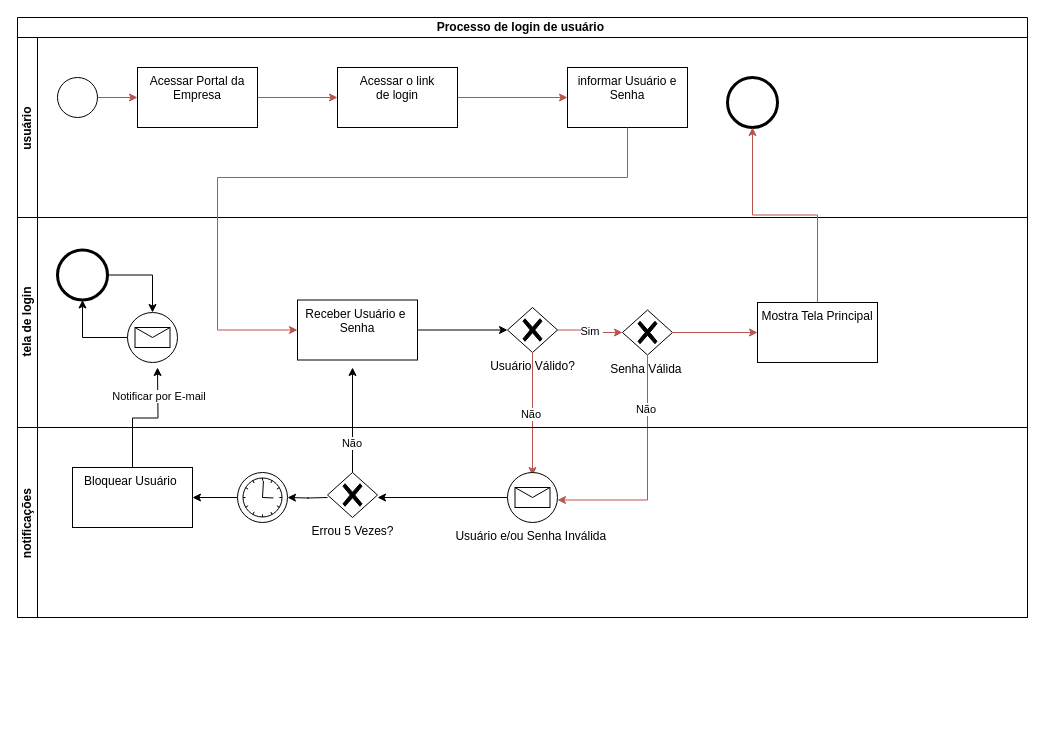
The draw.io diagram Diagrama sem nome.drawio in joaomaiavn/Jogo-Secreto, before the edit. Source tidied: cells renumbered, new cells numbered last; positions are measured from the earlier drawing's top-left corner, leaving out a move shared by most shapes. Both pictures are drawn from the tidied source at 100%, with x=0, y=0 at pixel (17, 17).
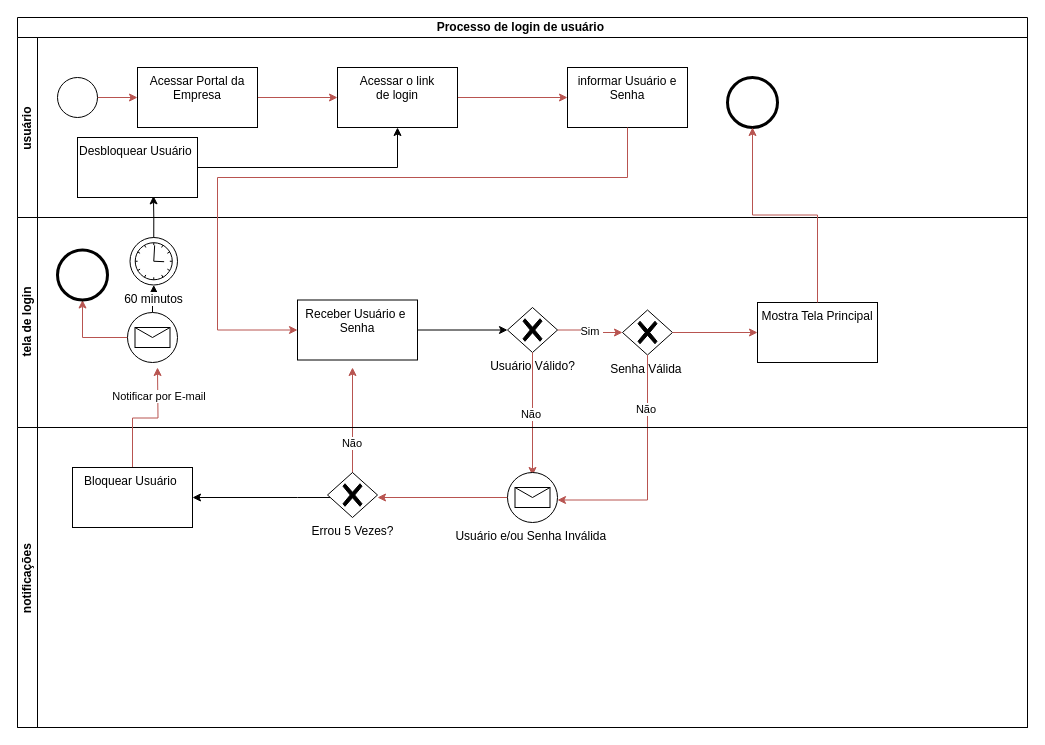
Above is the later version.

The change refers to these unchanged cells:
```xml
<mxCell id="3" value="usuário&amp;nbsp;" style="swimlane;html=1;startSize=20;horizontal=0;" parent="2" vertex="1">
  <mxGeometry y="20" width="1010" height="180" as="geometry" />
</mxCell>
<mxCell id="9" value="Acessar o link&lt;div&gt;de login&lt;/div&gt;&lt;div&gt;&lt;br&gt;&lt;/div&gt;" style="whiteSpace=wrap;html=1;verticalAlign=top;labelBackgroundColor=#ffffff;" parent="3" vertex="1">
  <mxGeometry x="320" y="30" width="120" height="60" as="geometry" />
</mxCell>
<mxCell id="10" value="informar Usuário e Senha" style="whiteSpace=wrap;html=1;verticalAlign=top;labelBackgroundColor=#ffffff;" parent="3" vertex="1">
  <mxGeometry x="550" y="30" width="120" height="60" as="geometry" />
</mxCell>
<mxCell id="11" style="points=[[0.145,0.145,0],[0.5,0,0],[0.855,0.145,0],[1,0.5,0],[0.855,0.855,0],[0.5,1,0],[0.145,0.855,0],[0,0.5,0]];shape=mxgraph.bpmn.event;html=1;verticalLabelPosition=bottom;labelBackgroundColor=#ffffff;verticalAlign=top;align=center;perimeter=ellipsePerimeter;outlineConnect=0;outline=end;symbol=terminate2;" parent="3" vertex="1">
  <mxGeometry x="710" y="40" width="50" height="50" as="geometry" />
</mxCell>
<mxCell id="12" value="tela de login" style="swimlane;html=1;startSize=20;horizontal=0;" parent="2" vertex="1">
  <mxGeometry y="200" width="1010" height="210" as="geometry" />
</mxCell>
<mxCell id="13" value="Receber Usuário e&amp;nbsp;&lt;div&gt;Senha&lt;/div&gt;" style="whiteSpace=wrap;html=1;verticalAlign=top;labelBackgroundColor=#ffffff;" parent="12" vertex="1">
  <mxGeometry x="280" y="82.5" width="120" height="60" as="geometry" />
</mxCell>
<mxCell id="14" value="Mostra Tela Principal" style="whiteSpace=wrap;html=1;verticalAlign=top;labelBackgroundColor=#ffffff;" parent="12" vertex="1">
  <mxGeometry x="740" y="85" width="120" height="60" as="geometry" />
</mxCell>
<mxCell id="30" style="points=[[0.145,0.145,0],[0.5,0,0],[0.855,0.145,0],[1,0.5,0],[0.855,0.855,0],[0.5,1,0],[0.145,0.855,0],[0,0.5,0]];shape=mxgraph.bpmn.event;html=1;verticalLabelPosition=bottom;labelBackgroundColor=#ffffff;verticalAlign=top;align=center;perimeter=ellipsePerimeter;outlineConnect=0;outline=standard;symbol=message;" parent="12" vertex="1">
  <mxGeometry x="110" y="95" width="50" height="50" as="geometry" />
</mxCell>
<mxCell id="32" style="points=[[0.145,0.145,0],[0.5,0,0],[0.855,0.145,0],[1,0.5,0],[0.855,0.855,0],[0.5,1,0],[0.145,0.855,0],[0,0.5,0]];shape=mxgraph.bpmn.event;html=1;verticalLabelPosition=bottom;labelBackgroundColor=#ffffff;verticalAlign=top;align=center;perimeter=ellipsePerimeter;outlineConnect=0;outline=end;symbol=terminate2;" parent="12" vertex="1">
  <mxGeometry x="40" y="32.5" width="50" height="50" as="geometry" />
</mxCell>
<mxCell id="37" value="Errou 5 Vezes?" style="points=[[0.25,0.25,0],[0.5,0,0],[0.75,0.25,0],[1,0.5,0],[0.75,0.75,0],[0.5,1,0],[0.25,0.75,0],[0,0.5,0]];shape=mxgraph.bpmn.gateway2;html=1;verticalLabelPosition=bottom;labelBackgroundColor=#ffffff;verticalAlign=top;align=center;perimeter=rhombusPerimeter;outlineConnect=0;outline=none;symbol=none;gwType=exclusive;direction=east;" parent="33" vertex="1">
  <mxGeometry x="310" y="45" width="50" height="45" as="geometry" />
</mxCell>
<mxCell id="40" value="Bloquear Usuário&amp;nbsp;" style="whiteSpace=wrap;html=1;verticalAlign=top;labelBackgroundColor=#ffffff;" parent="33" vertex="1">
  <mxGeometry x="55" y="40" width="120" height="60" as="geometry" />
</mxCell>
```

Change to the diagram source:
```diff
@@
     <mxCell id="2" value="Processo de login de usuário&amp;nbsp;" style="swimlane;html=1;horizontal=1;startSize=20;whiteSpace=wrap;" parent="1" vertex="1">
-      <mxGeometry width="1010" height="600" as="geometry" />
+      <mxGeometry width="1010" height="710" as="geometry" />
     </mxCell>
@@
+    <mxCell id="43" style="edgeStyle=orthogonalEdgeStyle;rounded=0;jettySize=auto;html=1;entryX=0.5;entryY=1;entryDx=0;entryDy=0;" parent="3" edge="1" source="44" target="9">
+      <mxGeometry relative="1" as="geometry" />
+    </mxCell>
+    <mxCell id="44" value="Desbloquear Usuário&amp;nbsp;" style="whiteSpace=wrap;html=1;verticalAlign=top;labelBackgroundColor=#ffffff;" parent="3" vertex="1">
+      <mxGeometry x="60" y="100" width="120" height="60" as="geometry" />
+    </mxCell>
@@
-    <mxCell id="23" style="edgeStyle=orthogonalEdgeStyle;rounded=0;orthogonalLoop=1;jettySize=auto;html=1;" parent="12" edge="1">
+    <mxCell id="23" style="edgeStyle=orthogonalEdgeStyle;rounded=0;orthogonalLoop=1;jettySize=auto;html=1;fillColor=#f8cecc;strokeColor=#b85450;" parent="12" edge="1">
       <mxGeometry relative="1" as="geometry">
         <mxPoint x="335" y="257.5" as="sourcePoint" />
         <mxPoint x="335" y="150" as="targetPoint" />
       </mxGeometry>
     </mxCell>
@@
-    <mxCell id="25" style="edgeStyle=orthogonalEdgeStyle;rounded=0;orthogonalLoop=1;jettySize=auto;html=1;entryX=1;entryY=0.5;entryDx=0;entryDy=0;entryPerimeter=0;" parent="12" edge="1">
-      <mxGeometry relative="1" as="geometry">
-        <mxPoint x="310" y="280" as="sourcePoint" />
-        <mxPoint x="270" y="280" as="targetPoint" />
-      </mxGeometry>
-    </mxCell>
-    <mxCell id="26" style="edgeStyle=orthogonalEdgeStyle;rounded=0;orthogonalLoop=1;jettySize=auto;html=1;entryX=1;entryY=0.5;entryDx=0;entryDy=0;entryPerimeter=0;" parent="12" edge="1">
+    <mxCell id="26" style="edgeStyle=orthogonalEdgeStyle;rounded=0;orthogonalLoop=1;jettySize=auto;html=1;entryX=1;entryY=0.5;entryDx=0;entryDy=0;entryPerimeter=0;fillColor=#f8cecc;strokeColor=#b85450;" parent="12" edge="1">
       <mxGeometry relative="1" as="geometry">
         <mxPoint x="490" y="280" as="sourcePoint" />
         <mxPoint x="360" y="280" as="targetPoint" />
       </mxGeometry>
     </mxCell>
@@
-    <mxCell id="29" style="edgeStyle=orthogonalEdgeStyle;rounded=0;jettySize=auto;html=1;" parent="12" edge="1" source="30" target="32">
+    <mxCell id="29" style="edgeStyle=orthogonalEdgeStyle;rounded=0;jettySize=auto;html=1;fillColor=#f8cecc;strokeColor=#b85450;" parent="12" edge="1" source="30" target="32">
       <mxGeometry relative="1" as="geometry" />
     </mxCell>
+    <mxCell id="45" style="edgeStyle=orthogonalEdgeStyle;rounded=0;jettySize=auto;html=1;" parent="12" edge="1" source="30" target="46">
+      <mxGeometry relative="1" as="geometry" />
+    </mxCell>
@@
-    <mxCell id="31" style="edgeStyle=orthogonalEdgeStyle;rounded=0;jettySize=auto;html=1;" parent="12" edge="1" source="32" target="30">
-      <mxGeometry relative="1" as="geometry" />
-    </mxCell>
@@
+    <mxCell id="46" value="60 minutos" style="points=[[0.145,0.145,0],[0.5,0,0],[0.855,0.145,0],[1,0.5,0],[0.855,0.855,0],[0.5,1,0],[0.145,0.855,0],[0,0.5,0]];shape=mxgraph.bpmn.event;html=1;verticalLabelPosition=bottom;labelBackgroundColor=#ffffff;verticalAlign=top;align=center;perimeter=ellipsePerimeter;outlineConnect=0;outline=standard;symbol=timer;" parent="12" vertex="1">
+      <mxGeometry x="112.5" y="20" width="47.5" height="47.5" as="geometry" />
+    </mxCell>
+    <mxCell id="41" style="edgeStyle=orthogonalEdgeStyle;rounded=0;jettySize=auto;html=1;fillColor=#f8cecc;strokeColor=#b85450;" parent="2" edge="1" source="10" target="13">
+      <mxGeometry relative="1" as="geometry">
+        <Array as="points">
+          <mxPoint x="610" y="160" />
+          <mxPoint x="200" y="160" />
+        </Array>
+      </mxGeometry>
+    </mxCell>
+    <mxCell id="42" style="edgeStyle=orthogonalEdgeStyle;rounded=0;jettySize=auto;html=1;entryX=0.5;entryY=1;entryDx=0;entryDy=0;entryPerimeter=0;fillColor=#f8cecc;strokeColor=#b85450;" parent="2" edge="1" source="14" target="11">
+      <mxGeometry relative="1" as="geometry" />
+    </mxCell>
     <mxCell id="33" value="notificações&amp;nbsp;" style="swimlane;html=1;startSize=20;horizontal=0;" parent="2" vertex="1">
-      <mxGeometry y="410" width="1010" height="190" as="geometry" />
+      <mxGeometry y="410" width="1010" height="300" as="geometry" />
     </mxCell>
@@
-    <mxCell id="35" style="edgeStyle=orthogonalEdgeStyle;rounded=0;jettySize=auto;html=1;" parent="33" edge="1" source="36" target="40">
-      <mxGeometry relative="1" as="geometry" />
-    </mxCell>
-    <mxCell id="36" style="points=[[0.145,0.145,0],[0.5,0,0],[0.855,0.145,0],[1,0.5,0],[0.855,0.855,0],[0.5,1,0],[0.145,0.855,0],[0,0.5,0]];shape=mxgraph.bpmn.event;html=1;verticalLabelPosition=bottom;labelBackgroundColor=#ffffff;verticalAlign=top;align=center;perimeter=ellipsePerimeter;outlineConnect=0;outline=standard;symbol=timer;" parent="33" vertex="1">
-      <mxGeometry x="220" y="45" width="50" height="50" as="geometry" />
-    </mxCell>
+    <mxCell id="47" style="edgeStyle=orthogonalEdgeStyle;rounded=0;jettySize=auto;html=1;entryX=1;entryY=0.5;entryDx=0;entryDy=0;" parent="33" edge="1" source="37" target="40">
+      <mxGeometry relative="1" as="geometry">
+        <Array as="points">
+          <mxPoint x="280" y="70" />
+          <mxPoint x="280" y="70" />
+        </Array>
+      </mxGeometry>
+    </mxCell>
@@
-    <mxCell id="38" style="edgeStyle=orthogonalEdgeStyle;rounded=0;jettySize=auto;html=1;" parent="33" edge="1" source="40">
+    <mxCell id="38" style="edgeStyle=orthogonalEdgeStyle;rounded=0;jettySize=auto;html=1;fillColor=#f8cecc;strokeColor=#b85450;" parent="33" edge="1" source="40">
       <mxGeometry relative="1" as="geometry">
         <mxPoint x="140" y="-60" as="targetPoint" />
       </mxGeometry>
     </mxCell>
@@
-    <mxCell id="41" style="edgeStyle=orthogonalEdgeStyle;rounded=0;jettySize=auto;html=1;fillColor=#f8cecc;strokeColor=#b85450;" parent="2" edge="1" source="10" target="13">
-      <mxGeometry relative="1" as="geometry">
-        <Array as="points">
-          <mxPoint x="610" y="160" />
-          <mxPoint x="200" y="160" />
-        </Array>
-      </mxGeometry>
-    </mxCell>
-    <mxCell id="42" style="edgeStyle=orthogonalEdgeStyle;rounded=0;jettySize=auto;html=1;entryX=0.5;entryY=1;entryDx=0;entryDy=0;entryPerimeter=0;fillColor=#f8cecc;strokeColor=#b85450;" parent="2" edge="1" source="14" target="11">
-      <mxGeometry relative="1" as="geometry" />
-    </mxCell>
+    <mxCell id="48" style="edgeStyle=orthogonalEdgeStyle;rounded=0;jettySize=auto;html=1;entryX=0.633;entryY=0.973;entryDx=0;entryDy=0;entryPerimeter=0;" parent="2" edge="1" source="46" target="44">
+      <mxGeometry relative="1" as="geometry" />
+    </mxCell>
```
